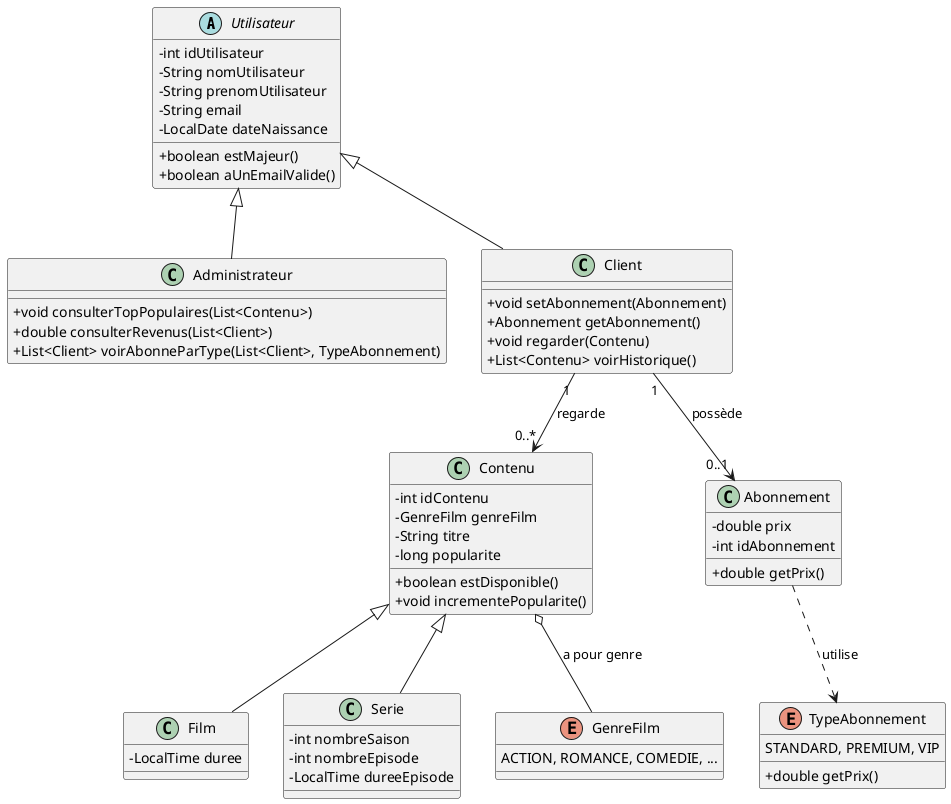
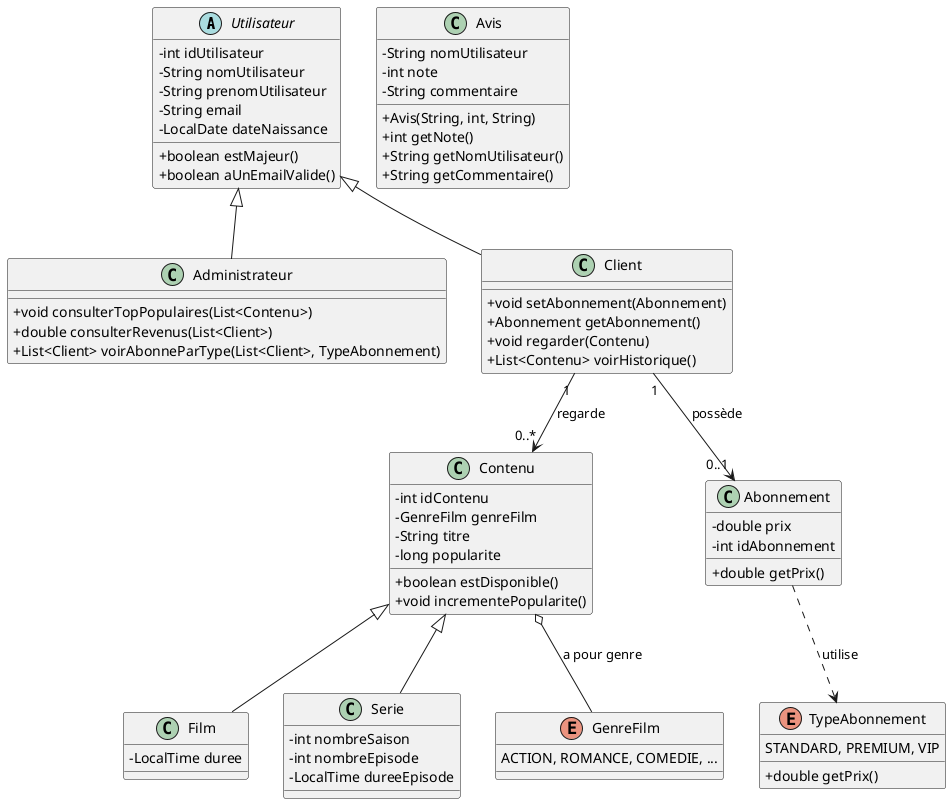
@startuml
skinparam classAttributeIconSize 0

abstract class Utilisateur {
    - int idUtilisateur
    - String nomUtilisateur
    - String prenomUtilisateur
    - String email
    - LocalDate dateNaissance
    + boolean estMajeur()
    + boolean aUnEmailValide()
}

class Administrateur extends Utilisateur {
    + void consulterTopPopulaires(List<Contenu>)
    + double consulterRevenus(List<Client>)
    + List<Client> voirAbonneParType(List<Client>, TypeAbonnement)
}

class Client extends Utilisateur {
    + void setAbonnement(Abonnement)
    + Abonnement getAbonnement()
    + void regarder(Contenu)
    + List<Contenu> voirHistorique()
}

class Contenu {
    - int idContenu
    - GenreFilm genreFilm
    - String titre
    - long popularite
    + boolean estDisponible()
    + void incrementePopularite()
}

class Film extends Contenu {
    - LocalTime duree
}

class Serie extends Contenu {
    - int nombreSaison
    - int nombreEpisode
    - LocalTime dureeEpisode
}

class Abonnement {
    - double prix
    - int idAbonnement
    + double getPrix()
}

+ class Avis {
+     - String nomUtilisateur
+     - int note
+     - String commentaire
+ 
+     + Avis(String, int, String)
+     + int getNote()
+     + String getNomUtilisateur()
+     + String getCommentaire()
+ }
+ 
enum TypeAbonnement {
    STANDARD, PREMIUM, VIP
    + double getPrix()
}

enum GenreFilm {
    ACTION, ROMANCE, COMEDIE, ...
}

Client "1" --> "0..1" Abonnement : possède
Client "1" --> "0..*" Contenu : regarde
Abonnement ..> TypeAbonnement : utilise
Contenu o-- GenreFilm : a pour genre

@enduml